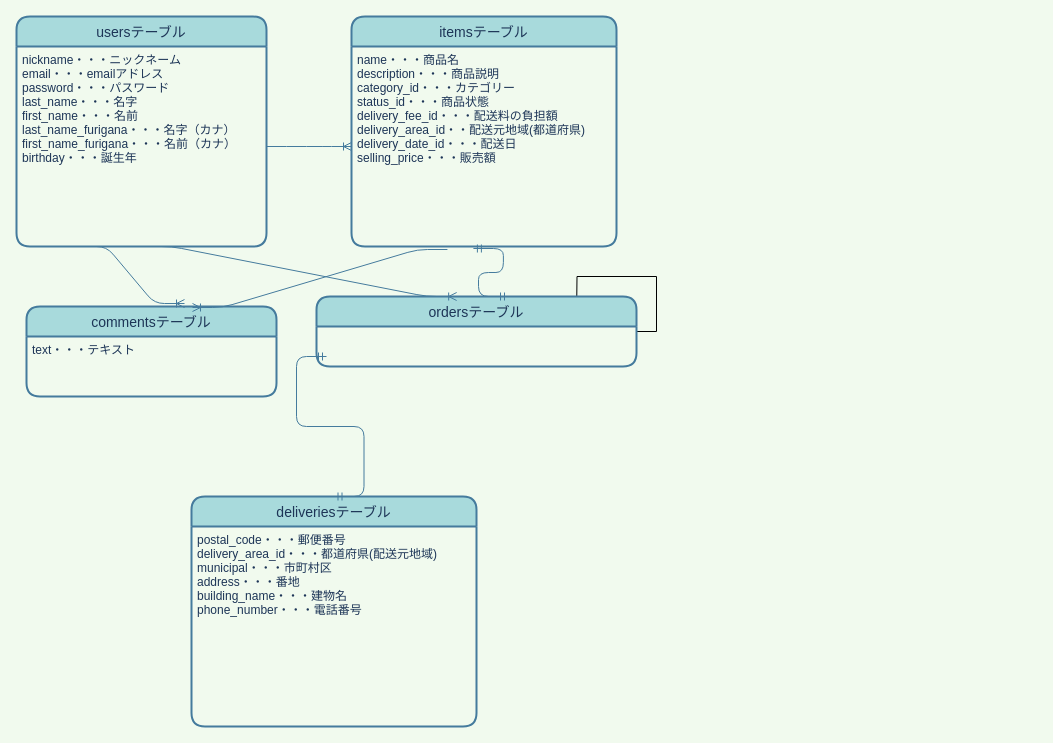
Above: furima.dio in fumitofujiwara/furima-32908 (draw.io), before the change. Source tidied: cells renumbered, new cells numbered last; positions are measured from the earlier drawing's top-left corner, leaving out a move shared by most shapes. Both pictures are drawn from the tidied source at 100%, with x=0, y=0 at pixel (16, 16).
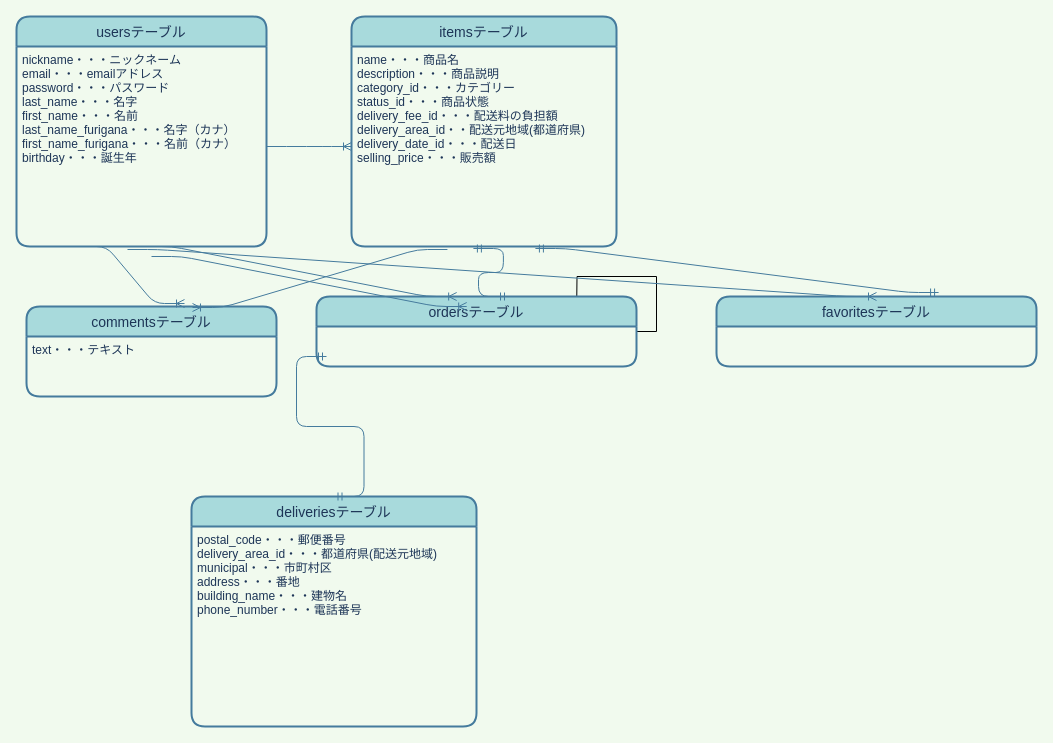
The same page after the edit.

Unchanged cells that the change refers to:
```xml
<mxCell id="3" value="nickname・・・ニックネーム&#10;email・・・emailアドレス&#10;password・・・パスワード&#10;last_name・・・名字&#10;first_name・・・名前&#10;last_name_furigana・・・名字（カナ）&#10;first_name_furigana・・・名前（カナ）&#10;birthday・・・誕生年" style="align=left;strokeColor=none;fillColor=none;spacingLeft=4;fontSize=12;verticalAlign=top;fontColor=#1D3557;shadow=1;" parent="2" vertex="1">
  <mxGeometry y="30" width="250" height="200" as="geometry" />
</mxCell>
<mxCell id="5" value="name・・・商品名&#10;description・・・商品説明&#10;category_id・・・カテゴリー&#10;status_id・・・商品状態&#10;delivery_fee_id・・・配送料の負担額&#10;delivery_area_id・・配送元地域(都道府県)&#10;delivery_date_id・・・配送日&#10;selling_price・・・販売額" style="align=left;strokeColor=none;fillColor=none;spacingLeft=4;fontSize=12;verticalAlign=top;fontColor=#1D3557;" parent="4" vertex="1">
  <mxGeometry y="30" width="265" height="200" as="geometry" />
</mxCell>
```

The edit, as a diff of the source:
```diff
@@
+    <mxCell id="18" style="edgeStyle=entityRelationEdgeStyle;fontSize=12;html=1;endArrow=ERoneToMany;exitX=0.5;exitY=1;exitDx=0;exitDy=0;entryX=0.438;entryY=0;entryDx=0;entryDy=0;entryPerimeter=0;labelBackgroundColor=#F1FAEE;strokeColor=#457B9D;fontColor=#1D3557;" parent="1" edge="1">
+      <mxGeometry relative="1" as="geometry">
+        <mxPoint x="135" y="240" as="sourcePoint" />
+        <mxPoint x="450.2" y="290" as="targetPoint" />
+      </mxGeometry>
+    </mxCell>
+    <mxCell id="19" value="favoritesテーブル" style="swimlane;horizontal=1;startSize=30;rounded=1;fontSize=14;fontStyle=0;strokeWidth=2;shadow=0;dashed=0;align=center;fillColor=#A8DADC;strokeColor=#457B9D;fontColor=#1D3557;" parent="1" vertex="1">
+      <mxGeometry x="700" y="280" width="320" height="70" as="geometry" />
+    </mxCell>
+    <mxCell id="20" style="edgeStyle=entityRelationEdgeStyle;fontSize=12;html=1;endArrow=ERoneToMany;exitX=0.444;exitY=1.015;exitDx=0;exitDy=0;entryX=0.5;entryY=0;entryDx=0;entryDy=0;labelBackgroundColor=#F1FAEE;strokeColor=#457B9D;fontColor=#1D3557;exitPerimeter=0;" parent="1" edge="1" source="3" target="19">
+      <mxGeometry relative="1" as="geometry" />
+    </mxCell>
+    <mxCell id="21" style="edgeStyle=entityRelationEdgeStyle;fontSize=12;html=1;endArrow=ERmandOne;startArrow=ERmandOne;entryX=0.694;entryY=1.01;entryDx=0;entryDy=0;entryPerimeter=0;exitX=0.694;exitY=-0.057;exitDx=0;exitDy=0;exitPerimeter=0;labelBackgroundColor=#F1FAEE;strokeColor=#457B9D;fontColor=#1D3557;" parent="1" edge="1" source="19" target="5">
+      <mxGeometry relative="1" as="geometry" />
+    </mxCell>
```
